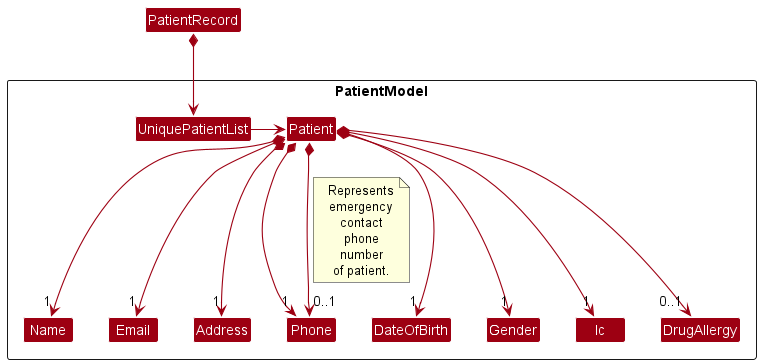
The PlantUML diagram docs/images/PatientModelClassDiagram.png in nus-cs2103-AY2223S2/tp, before a commit.
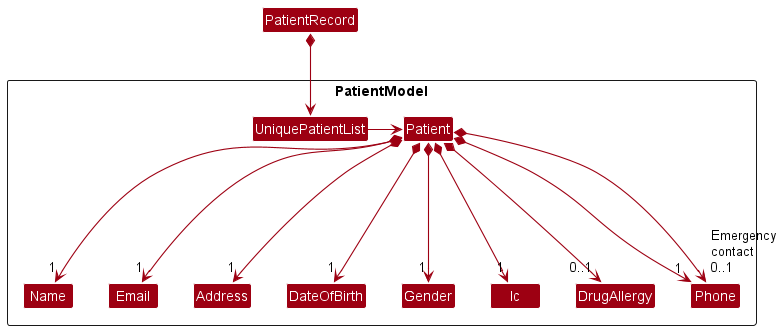
Later version of the same file.

Commit message:
Resize UML diagram

Diff of the diagram source:
```diff
@@ -22,29 +22,21 @@
 UniquePatientList -right-> Patient
 
 Patient *--> "1" Name
-Patient *--> "1" Phone
-Patient *--> "0..1" Phone
-note on link
-Represents
-emergency
-contact
-phone
-number
-of patient.
-endnote
 Patient *--> "1" Email
 Patient *--> "1" Address
 Patient *--> "1" DateOfBirth
 Patient *--> "1" Gender
 Patient *--> "1" Ic
 Patient *--> "0..1" DrugAllergy
+Patient *--> "1" Phone
+Patient *--> "\lEmergency\ncontact\n0..1" Phone :\n\n\n\n
 
 Name -[hidden]right-> Email
 Email -[hidden]right-> Address
-Address -[hidden]right-> Phone
-Phone -[hidden]right-> DateOfBirth
+Address -[hidden]right-> DateOfBirth
 DateOfBirth -[hidden]right-> Gender
 Gender -[hidden]right-> Ic
 Ic -[hidden]right-> DrugAllergy
+DrugAllergy -[hidden]right-> Phone
 
 @enduml
```
